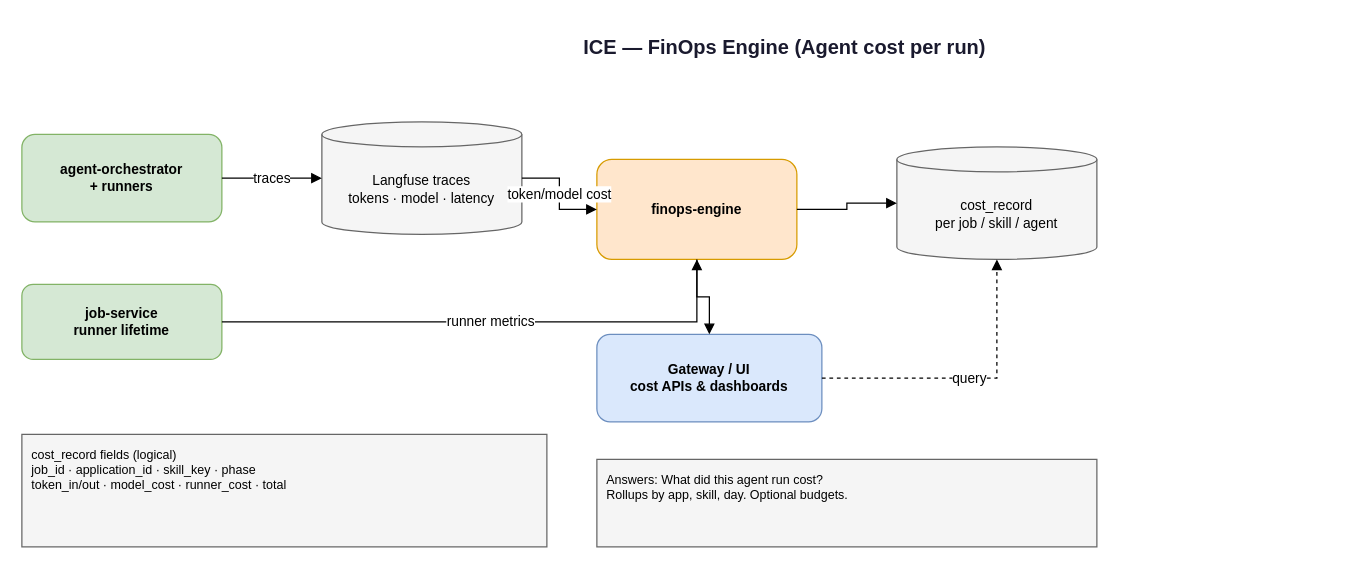
The draw.io diagram docs/08-finops-engine.drawio in shivank22/ICE, before the edit. Source tidied: cells renumbered, new cells numbered last; positions are measured from the earlier drawing's top-left corner, leaving out a move shared by most shapes. Both pictures are drawn from the tidied source at 125%, with x=0, y=0 at pixel (21, 21).
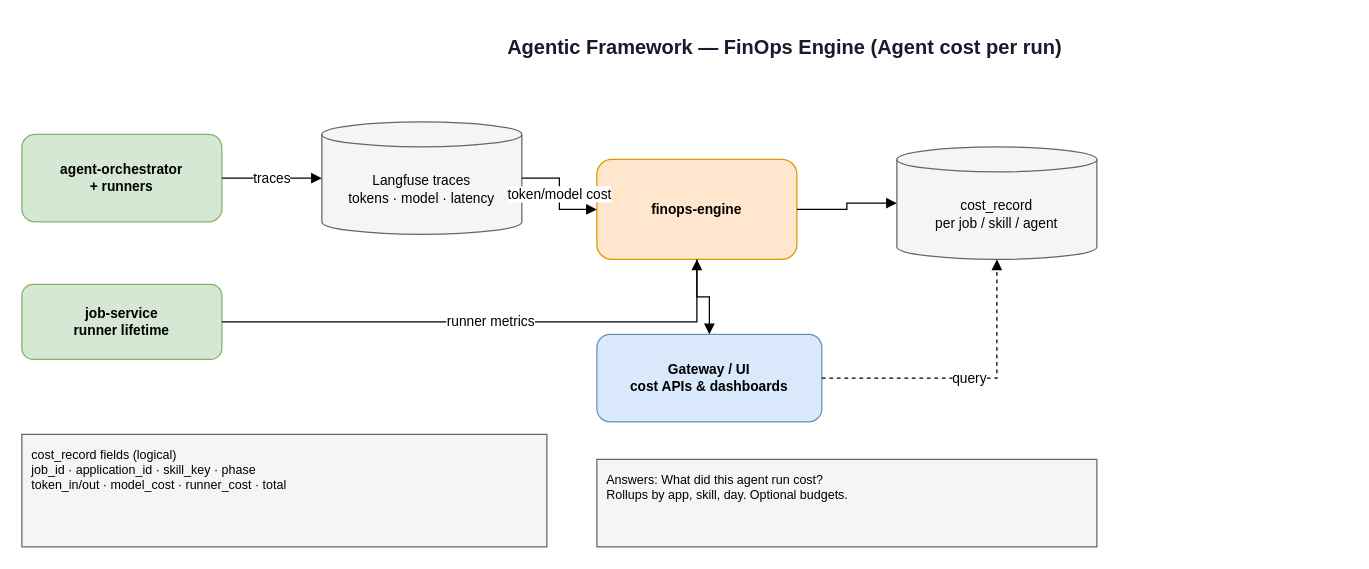
After the change.

Diff of the diagram source:
```diff
@@
 <mxGraphModel>
   <root>
     <mxCell id="0" />
     <mxCell id="1" parent="0" />
-    <mxCell id="2" value="ICE — FinOps Engine (Agent cost per run)" style="text;html=1;strokeColor=none;fillColor=none;align=center;verticalAlign=middle;fontStyle=1;fontSize=16;fontColor=#1a1a2e;" parent="1" vertex="1">
+    <mxCell id="2" value="Agentic Framework — FinOps Engine (Agent cost per run)" style="text;html=1;strokeColor=none;fillColor=none;align=center;verticalAlign=middle;fontStyle=1;fontSize=16;fontColor=#1a1a2e;" parent="1" vertex="1">
       <mxGeometry x="160" width="900" height="40" as="geometry" />
     </mxCell>
     <mxCell id="3" value="agent-orchestrator&#10;+ runners" style="rounded=1;whiteSpace=wrap;html=1;fillColor=#d5e8d4;strokeColor=#82b366;fontSize=11;fontStyle=1;" parent="1" vertex="1">
       <mxGeometry y="90" width="160" height="70" as="geometry" />
     </mxCell>
     <mxCell id="4" value="Langfuse traces&#10;tokens · model · latency" style="shape=cylinder3;whiteSpace=wrap;html=1;boundedLbl=1;backgroundOutline=1;size=10;fillColor=#f5f5f5;strokeColor=#666666;fontSize=11;" parent="1" vertex="1">
       <mxGeometry x="240" y="80" width="160" height="90" as="geometry" />
     </mxCell>
     <mxCell id="5" value="job-service&#10;runner lifetime" style="rounded=1;whiteSpace=wrap;html=1;fillColor=#d5e8d4;strokeColor=#82b366;fontSize=11;fontStyle=1;" parent="1" vertex="1">
       <mxGeometry y="210" width="160" height="60" as="geometry" />
     </mxCell>
     <mxCell id="6" value="finops-engine" style="rounded=1;whiteSpace=wrap;html=1;fillColor=#ffe6cc;strokeColor=#d79b00;fontSize=11;fontStyle=1;" parent="1" vertex="1">
       <mxGeometry x="460" y="110" width="160" height="80" as="geometry" />
     </mxCell>
     <mxCell id="7" value="cost_record&#10;per job / skill / agent" style="shape=cylinder3;whiteSpace=wrap;html=1;boundedLbl=1;backgroundOutline=1;size=10;fillColor=#f5f5f5;strokeColor=#666666;fontSize=11;" parent="1" vertex="1">
       <mxGeometry x="700" y="100" width="160" height="90" as="geometry" />
     </mxCell>
     <mxCell id="8" value="Gateway / UI&#10;cost APIs &amp; dashboards" style="rounded=1;whiteSpace=wrap;html=1;fillColor=#dae8fc;strokeColor=#6c8ebf;fontSize=11;fontStyle=1;" parent="1" vertex="1">
       <mxGeometry x="460" y="250" width="180" height="70" as="geometry" />
     </mxCell>
     <mxCell id="9" value="cost_record fields (logical)&#10;job_id · application_id · skill_key · phase&#10;token_in/out · model_cost · runner_cost · total" style="rounded=0;whiteSpace=wrap;html=1;align=left;verticalAlign=top;fillColor=#f5f5f5;strokeColor=#666666;fontSize=10;spacingLeft=6;spacingTop=4;" parent="1" vertex="1">
       <mxGeometry y="330" width="420" height="90" as="geometry" />
     </mxCell>
     <mxCell id="10" value="Answers: What did this agent run cost?&#10;Rollups by app, skill, day. Optional budgets." style="rounded=0;whiteSpace=wrap;html=1;align=left;verticalAlign=top;fillColor=#f5f5f5;strokeColor=#666666;fontSize=10;spacingLeft=6;spacingTop=4;" parent="1" vertex="1">
       <mxGeometry x="460" y="350" width="400" height="70" as="geometry" />
     </mxCell>
     <mxCell id="11" value="traces" style="edgeStyle=orthogonalEdgeStyle;rounded=0;html=1;endArrow=block;endFill=1;strokeWidth=1;" parent="1" edge="1" source="3" target="4">
       <mxGeometry relative="1" as="geometry" />
     </mxCell>
     <mxCell id="12" value="token/model cost" style="edgeStyle=orthogonalEdgeStyle;rounded=0;html=1;endArrow=block;endFill=1;strokeWidth=1;" parent="1" edge="1" source="4" target="6">
       <mxGeometry relative="1" as="geometry" />
     </mxCell>
     <mxCell id="13" value="runner metrics" style="edgeStyle=orthogonalEdgeStyle;rounded=0;html=1;endArrow=block;endFill=1;strokeWidth=1;" parent="1" edge="1" source="5" target="6">
       <mxGeometry relative="1" as="geometry" />
     </mxCell>
     <mxCell id="14" style="edgeStyle=orthogonalEdgeStyle;rounded=0;html=1;endArrow=block;endFill=1;strokeWidth=1;" parent="1" edge="1" source="6" target="7">
       <mxGeometry relative="1" as="geometry" />
     </mxCell>
     <mxCell id="15" style="edgeStyle=orthogonalEdgeStyle;rounded=0;html=1;endArrow=block;endFill=1;strokeWidth=1;" parent="1" edge="1" source="6" target="8">
       <mxGeometry relative="1" as="geometry" />
     </mxCell>
     <mxCell id="16" value="query" style="edgeStyle=orthogonalEdgeStyle;rounded=0;html=1;endArrow=block;endFill=1;dashed=1;strokeWidth=1;" parent="1" edge="1" source="8" target="7">
       <mxGeometry relative="1" as="geometry" />
     </mxCell>
   </root>
 </mxGraphModel>
```
